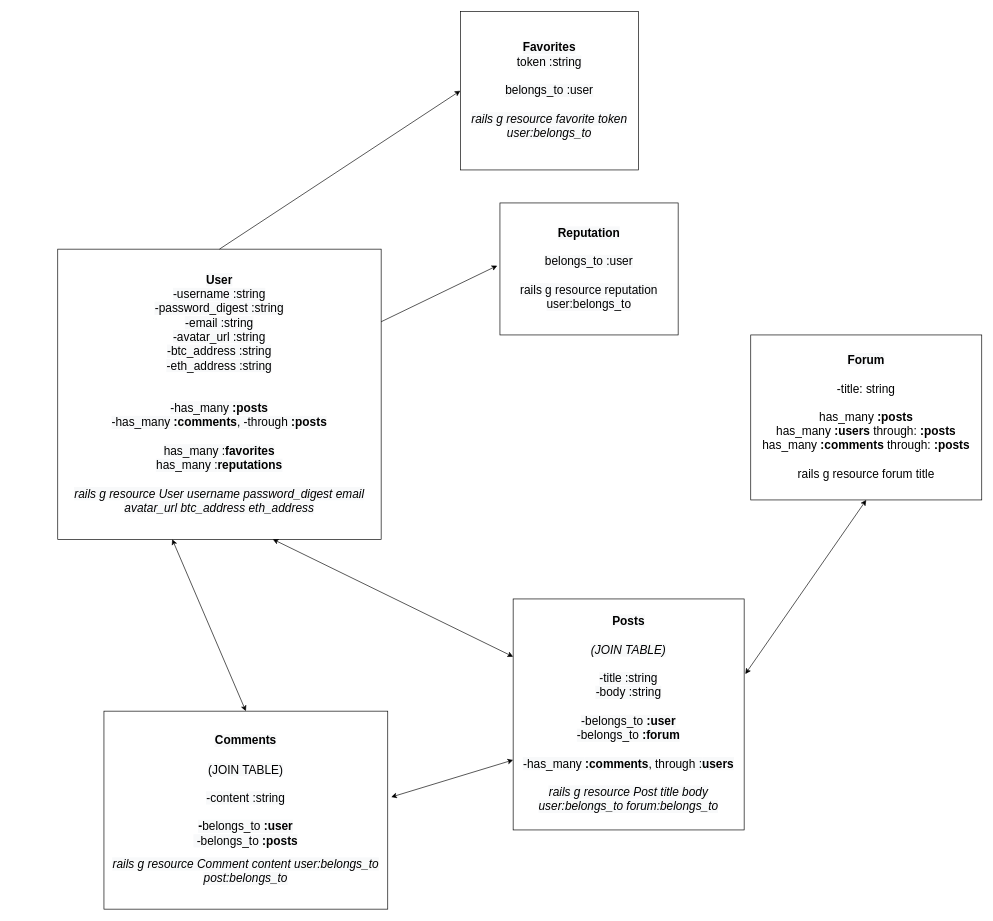
Above: page "Backend - associations" (1 of 2) of association-diagram.drawio in mikestarrdev/Crypto-Portal (draw.io), before the change. Source tidied: cells renumbered, new cells numbered last; positions are measured from the earlier drawing's top-left corner, leaving out a move shared by most shapes. Both pictures are drawn from the tidied source at 66%, with x=0, y=0 at pixel (57, 11).
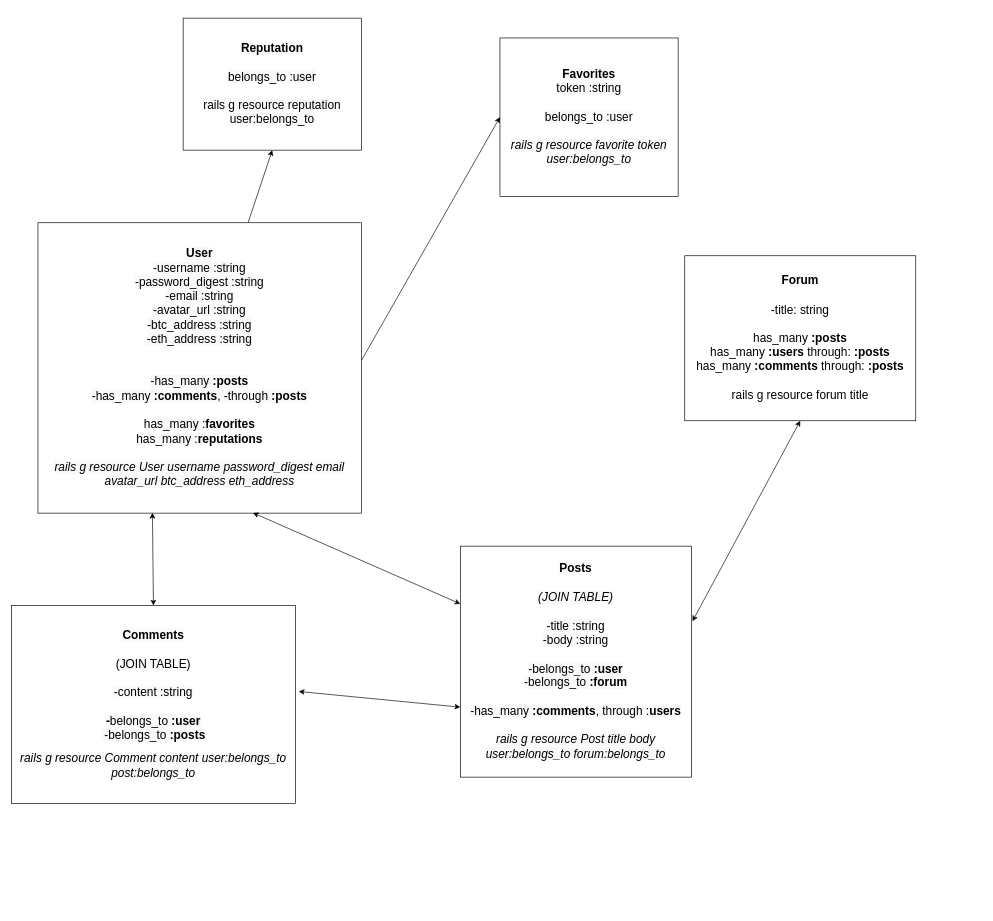
Above is the later version.

Diff of the diagram source:
```diff
@@
 <mxGraphModel>
   <root>
     <mxCell id="0" />
     <mxCell id="1" parent="0" />
     <mxCell id="2" value="&lt;font style=&quot;font-size: 18px&quot;&gt;&lt;b style=&quot;color: rgb(0 , 0 , 0) ; background-color: rgb(248 , 249 , 250)&quot;&gt;User&lt;/b&gt;&lt;br style=&quot;color: rgb(0 , 0 , 0) ; background-color: rgb(248 , 249 , 250)&quot;&gt;&lt;span style=&quot;color: rgb(0 , 0 , 0) ; background-color: rgb(248 , 249 , 250)&quot;&gt;-username :string&lt;/span&gt;&lt;br style=&quot;color: rgb(0 , 0 , 0) ; background-color: rgb(248 , 249 , 250)&quot;&gt;&lt;span style=&quot;color: rgb(0 , 0 , 0) ; background-color: rgb(248 , 249 , 250)&quot;&gt;-password_digest :string&lt;/span&gt;&lt;br style=&quot;color: rgb(0 , 0 , 0) ; background-color: rgb(248 , 249 , 250)&quot;&gt;&lt;span style=&quot;color: rgb(0 , 0 , 0) ; background-color: rgb(248 , 249 , 250)&quot;&gt;-email :string&lt;/span&gt;&lt;br style=&quot;color: rgb(0 , 0 , 0) ; background-color: rgb(248 , 249 , 250)&quot;&gt;&lt;span style=&quot;color: rgb(0 , 0 , 0) ; background-color: rgb(248 , 249 , 250)&quot;&gt;-avatar_url :string&lt;/span&gt;&lt;br style=&quot;color: rgb(0 , 0 , 0) ; background-color: rgb(248 , 249 , 250)&quot;&gt;&lt;span style=&quot;color: rgb(0 , 0 , 0) ; background-color: rgb(248 , 249 , 250)&quot;&gt;-btc_address :string&lt;/span&gt;&lt;br style=&quot;color: rgb(0 , 0 , 0) ; background-color: rgb(248 , 249 , 250)&quot;&gt;&lt;span style=&quot;color: rgb(0 , 0 , 0) ; background-color: rgb(248 , 249 , 250)&quot;&gt;-eth_address :string&lt;/span&gt;&lt;br style=&quot;color: rgb(0 , 0 , 0) ; background-color: rgb(248 , 249 , 250)&quot;&gt;&lt;br style=&quot;color: rgb(0 , 0 , 0) ; background-color: rgb(248 , 249 , 250)&quot;&gt;&lt;br style=&quot;color: rgb(0 , 0 , 0) ; background-color: rgb(248 , 249 , 250)&quot;&gt;&lt;span style=&quot;color: rgb(0 , 0 , 0) ; background-color: rgb(248 , 249 , 250)&quot;&gt;-has_many&amp;nbsp;&lt;/span&gt;&lt;b style=&quot;color: rgb(0 , 0 , 0) ; background-color: rgb(248 , 249 , 250)&quot;&gt;:posts&lt;/b&gt;&lt;br style=&quot;color: rgb(0 , 0 , 0) ; background-color: rgb(248 , 249 , 250)&quot;&gt;&lt;span style=&quot;color: rgb(0 , 0 , 0) ; background-color: rgb(248 , 249 , 250)&quot;&gt;-has_many&amp;nbsp;&lt;/span&gt;&lt;b style=&quot;color: rgb(0 , 0 , 0) ; background-color: rgb(248 , 249 , 250)&quot;&gt;:comments&lt;/b&gt;&lt;span style=&quot;color: rgb(0 , 0 , 0) ; background-color: rgb(248 , 249 , 250)&quot;&gt;, -through&amp;nbsp;&lt;/span&gt;&lt;b style=&quot;color: rgb(0 , 0 , 0) ; background-color: rgb(248 , 249 , 250)&quot;&gt;:posts&lt;/b&gt;&lt;br style=&quot;color: rgb(0 , 0 , 0) ; background-color: rgb(248 , 249 , 250)&quot;&gt;&lt;br style=&quot;color: rgb(0 , 0 , 0) ; background-color: rgb(248 , 249 , 250)&quot;&gt;&lt;span style=&quot;color: rgb(0 , 0 , 0) ; background-color: rgb(248 , 249 , 250)&quot;&gt;has_many :&lt;/span&gt;&lt;b style=&quot;color: rgb(0 , 0 , 0) ; background-color: rgb(248 , 249 , 250)&quot;&gt;favorites&lt;br&gt;&lt;/b&gt;&lt;span style=&quot;color: rgb(0 , 0 , 0) ; background-color: rgb(248 , 249 , 250)&quot;&gt;has_many :&lt;/span&gt;&lt;b style=&quot;color: rgb(0 , 0 , 0) ; background-color: rgb(248 , 249 , 250)&quot;&gt;reputations&lt;/b&gt;&lt;br style=&quot;color: rgb(0 , 0 , 0) ; background-color: rgb(248 , 249 , 250)&quot;&gt;&lt;br style=&quot;color: rgb(0 , 0 , 0) ; background-color: rgb(248 , 249 , 250)&quot;&gt;&lt;i style=&quot;color: rgb(0 , 0 , 0) ; background-color: rgb(248 , 249 , 250)&quot;&gt;rails g resource User username password_digest email avatar_url btc_address eth_address&lt;/i&gt;&lt;br&gt;&lt;/font&gt;" style="rounded=0;whiteSpace=wrap;html=1;" parent="1" vertex="1">
-      <mxGeometry y="360" width="490" height="440" as="geometry" />
+      <mxGeometry x="-30" y="320" width="490" height="440" as="geometry" />
     </mxCell>
     <mxCell id="3" value="&lt;font style=&quot;font-size: 18px&quot;&gt;&lt;b style=&quot;color: rgb(0 , 0 , 0) ; background-color: rgb(248 , 249 , 250)&quot;&gt;Posts&lt;br&gt;&lt;/b&gt;&lt;br style=&quot;color: rgb(0 , 0 , 0) ; background-color: rgb(248 , 249 , 250)&quot;&gt;&lt;i style=&quot;color: rgb(0 , 0 , 0) ; background-color: rgb(248 , 249 , 250)&quot;&gt;(JOIN TABLE)&lt;/i&gt;&lt;br style=&quot;color: rgb(0 , 0 , 0) ; background-color: rgb(248 , 249 , 250)&quot;&gt;&lt;br style=&quot;color: rgb(0 , 0 , 0) ; background-color: rgb(248 , 249 , 250)&quot;&gt;&lt;span style=&quot;color: rgb(0 , 0 , 0) ; background-color: rgb(248 , 249 , 250)&quot;&gt;-title :string&lt;/span&gt;&lt;br style=&quot;color: rgb(0 , 0 , 0) ; background-color: rgb(248 , 249 , 250)&quot;&gt;&lt;span style=&quot;color: rgb(0 , 0 , 0) ; background-color: rgb(248 , 249 , 250)&quot;&gt;-body :string&lt;/span&gt;&lt;br style=&quot;color: rgb(0 , 0 , 0) ; background-color: rgb(248 , 249 , 250)&quot;&gt;&lt;br style=&quot;color: rgb(0 , 0 , 0) ; background-color: rgb(248 , 249 , 250)&quot;&gt;&lt;span style=&quot;color: rgb(0 , 0 , 0) ; background-color: rgb(248 , 249 , 250)&quot;&gt;-belongs_to&amp;nbsp;&lt;/span&gt;&lt;span style=&quot;color: rgb(0 , 0 , 0) ; background-color: rgb(248 , 249 , 250)&quot;&gt;&lt;b&gt;:user&lt;/b&gt;&lt;br&gt;-belongs_to&lt;/span&gt;&lt;b style=&quot;color: rgb(0 , 0 , 0) ; background-color: rgb(248 , 249 , 250)&quot;&gt; :forum&lt;br&gt;&lt;/b&gt;&lt;br style=&quot;color: rgb(0 , 0 , 0) ; background-color: rgb(248 , 249 , 250)&quot;&gt;&lt;span style=&quot;color: rgb(0 , 0 , 0) ; background-color: rgb(248 , 249 , 250)&quot;&gt;-has_many&amp;nbsp;&lt;/span&gt;&lt;b style=&quot;color: rgb(0 , 0 , 0) ; background-color: rgb(248 , 249 , 250)&quot;&gt;:comments&lt;/b&gt;&lt;span style=&quot;color: rgb(0 , 0 , 0) ; background-color: rgb(248 , 249 , 250)&quot;&gt;, through :&lt;/span&gt;&lt;b style=&quot;color: rgb(0 , 0 , 0) ; background-color: rgb(248 , 249 , 250)&quot;&gt;users&lt;/b&gt;&lt;b style=&quot;color: rgb(0 , 0 , 0) ; background-color: rgb(248 , 249 , 250)&quot;&gt;&lt;br&gt;&lt;/b&gt;&lt;br style=&quot;color: rgb(0 , 0 , 0) ; background-color: rgb(248 , 249 , 250)&quot;&gt;&lt;i style=&quot;color: rgb(0 , 0 , 0) ; background-color: rgb(248 , 249 , 250)&quot;&gt;rails g resource Post title body user:belongs_to forum:belongs_to&lt;/i&gt;&lt;br&gt;&lt;/font&gt;" style="rounded=0;whiteSpace=wrap;html=1;" parent="1" vertex="1">
-      <mxGeometry x="690" y="890" width="350" height="350" as="geometry" />
+      <mxGeometry x="610" y="810" width="350" height="350" as="geometry" />
     </mxCell>
     <mxCell id="4" value="&lt;font&gt;&lt;font style=&quot;color: rgb(0 , 0 , 0) ; font-size: 18px ; background-color: rgb(248 , 249 , 250)&quot;&gt;&lt;b&gt;Comments&lt;/b&gt;&lt;b&gt;&lt;br&gt;&lt;/b&gt;&lt;br&gt;(JOIN TABLE)&lt;br&gt;&lt;br&gt;-content :string&lt;br&gt;&lt;br&gt;&lt;b&gt;-&lt;/b&gt;belongs_to&amp;nbsp;&lt;b&gt;:user&lt;/b&gt;&lt;br&gt;&lt;b&gt;&amp;nbsp;&lt;/b&gt;-belongs_to&amp;nbsp;&lt;b&gt;:posts&lt;br&gt;&lt;/b&gt;&lt;/font&gt;&lt;br style=&quot;color: rgb(0 , 0 , 0) ; font-size: 18px ; background-color: rgb(248 , 249 , 250)&quot;&gt;&lt;i style=&quot;color: rgb(0 , 0 , 0) ; font-size: 18px ; background-color: rgb(248 , 249 , 250)&quot;&gt;rails g resource Comment content user:belongs_to post:belongs_to&lt;/i&gt;&lt;br&gt;&lt;/font&gt;" style="rounded=0;whiteSpace=wrap;html=1;" parent="1" vertex="1">
-      <mxGeometry x="70" y="1060" width="430" height="300" as="geometry" />
+      <mxGeometry x="-70" y="900" width="430" height="300" as="geometry" />
     </mxCell>
     <mxCell id="5" style="endArrow=classic;startArrow=classic;html=1;rounded=0;fontSize=18;entryX=0.665;entryY=0.999;entryDx=0;entryDy=0;exitX=0;exitY=0.25;exitDx=0;exitDy=0;entryPerimeter=0;" parent="1" edge="1" source="3" target="2">
       <mxGeometry relative="1" as="geometry" />
     </mxCell>
     <mxCell id="6" style="endArrow=classic;startArrow=classic;html=1;rounded=0;fontSize=18;entryX=0;entryY=0.697;entryDx=0;entryDy=0;entryPerimeter=0;exitX=1.012;exitY=0.434;exitDx=0;exitDy=0;exitPerimeter=0;" parent="1" edge="1" source="4" target="3">
       <mxGeometry relative="1" as="geometry" />
     </mxCell>
     <mxCell id="7" style="endArrow=classic;startArrow=classic;html=1;rounded=0;fontSize=18;exitX=0.5;exitY=0;exitDx=0;exitDy=0;entryX=0.354;entryY=0.999;entryDx=0;entryDy=0;entryPerimeter=0;" parent="1" edge="1" source="4" target="2">
       <mxGeometry relative="1" as="geometry" />
     </mxCell>
     <mxCell id="8" value="&lt;font style=&quot;font-size: 18px&quot;&gt;&lt;b style=&quot;color: rgb(0 , 0 , 0) ; background-color: rgb(248 , 249 , 250)&quot;&gt;Favorites&lt;/b&gt;&lt;br style=&quot;color: rgb(0 , 0 , 0) ; background-color: rgb(248 , 249 , 250)&quot;&gt;&lt;span style=&quot;color: rgb(0 , 0 , 0) ; background-color: rgb(248 , 249 , 250)&quot;&gt;token :string&lt;/span&gt;&lt;br style=&quot;color: rgb(0 , 0 , 0) ; background-color: rgb(248 , 249 , 250)&quot;&gt;&lt;br style=&quot;color: rgb(0 , 0 , 0) ; background-color: rgb(248 , 249 , 250)&quot;&gt;&lt;span style=&quot;color: rgb(0 , 0 , 0) ; background-color: rgb(248 , 249 , 250)&quot;&gt;belongs_to :user&lt;/span&gt;&lt;br style=&quot;color: rgb(0 , 0 , 0) ; background-color: rgb(248 , 249 , 250)&quot;&gt;&lt;br style=&quot;color: rgb(0 , 0 , 0) ; background-color: rgb(248 , 249 , 250)&quot;&gt;&lt;i style=&quot;color: rgb(0 , 0 , 0) ; background-color: rgb(248 , 249 , 250)&quot;&gt;rails g resource favorite token user:belongs_to&lt;/i&gt;&lt;br&gt;&lt;/font&gt;" style="rounded=0;whiteSpace=wrap;html=1;" parent="1" vertex="1">
-      <mxGeometry x="610" width="270" height="240" as="geometry" />
+      <mxGeometry x="670" y="40" width="270" height="240" as="geometry" />
     </mxCell>
-    <mxCell id="9" style="endArrow=classic;html=1;rounded=0;fontSize=18;exitX=0.5;exitY=0;exitDx=0;exitDy=0;entryX=0;entryY=0.5;entryDx=0;entryDy=0;" parent="1" edge="1" source="2" target="8">
+    <mxCell id="9" style="endArrow=classic;html=1;rounded=0;fontSize=18;exitX=1.001;exitY=0.473;exitDx=0;exitDy=0;entryX=0;entryY=0.5;entryDx=0;entryDy=0;exitPerimeter=0;" parent="1" edge="1" source="2" target="8">
       <mxGeometry relative="1" as="geometry" />
     </mxCell>
     <mxCell id="10" value="&lt;font style=&quot;font-size: 18px&quot;&gt;&lt;b style=&quot;color: rgb(0 , 0 , 0) ; background-color: rgb(248 , 249 , 250)&quot;&gt;Reputation&lt;br&gt;&lt;/b&gt;&lt;br style=&quot;color: rgb(0 , 0 , 0) ; background-color: rgb(248 , 249 , 250)&quot;&gt;&lt;span style=&quot;color: rgb(0 , 0 , 0) ; background-color: rgb(248 , 249 , 250)&quot;&gt;belongs_to :user&lt;/span&gt;&lt;br style=&quot;color: rgb(0 , 0 , 0) ; background-color: rgb(248 , 249 , 250)&quot;&gt;&lt;br style=&quot;color: rgb(0 , 0 , 0) ; background-color: rgb(248 , 249 , 250)&quot;&gt;&lt;span style=&quot;color: rgb(0 , 0 , 0) ; background-color: rgb(248 , 249 , 250)&quot;&gt;rails g resource reputation user:belongs_to&lt;/span&gt;&lt;br&gt;&lt;/font&gt;" style="rounded=0;whiteSpace=wrap;html=1;" parent="1" vertex="1">
-      <mxGeometry x="670" y="290" width="270" height="200" as="geometry" />
+      <mxGeometry x="190" y="10" width="270" height="200" as="geometry" />
     </mxCell>
-    <mxCell id="11" style="endArrow=classic;html=1;rounded=0;fontSize=18;entryX=-0.015;entryY=0.475;entryDx=0;entryDy=0;entryPerimeter=0;exitX=1;exitY=0.25;exitDx=0;exitDy=0;" parent="1" edge="1" source="2" target="10">
+    <mxCell id="11" style="endArrow=classic;html=1;rounded=0;fontSize=18;entryX=0.5;entryY=1;entryDx=0;entryDy=0;" parent="1" edge="1" source="2" target="10">
       <mxGeometry relative="1" as="geometry" />
     </mxCell>
     <mxCell id="12" value="&lt;font style=&quot;font-size: 18px&quot;&gt;&lt;font color=&quot;#000000&quot;&gt;&lt;span style=&quot;background-color: rgb(248 , 249 , 250)&quot;&gt;&lt;b&gt;Forum&lt;br&gt;&lt;/b&gt;&lt;/span&gt;&lt;/font&gt;&lt;br&gt;-title: string&lt;br&gt;&lt;br&gt;has_many &lt;b&gt;:posts&lt;br&gt;&lt;/b&gt;has_many &lt;b&gt;:users &lt;/b&gt;through:&lt;b&gt; :posts&lt;br&gt;&lt;/b&gt;has_many &lt;b&gt;:comments&lt;/b&gt;&amp;nbsp;through:&amp;nbsp;&lt;b&gt;:posts&lt;br&gt;&lt;/b&gt;&lt;br&gt;rails g resource forum title&lt;br&gt;&lt;/font&gt;" style="rounded=0;whiteSpace=wrap;html=1;" parent="1" vertex="1">
-      <mxGeometry x="1050" y="490" width="350" height="250" as="geometry" />
+      <mxGeometry x="950" y="370" width="350" height="250" as="geometry" />
     </mxCell>
     <mxCell id="13" style="endArrow=classic;startArrow=classic;html=1;rounded=0;fontSize=18;entryX=1.005;entryY=0.325;entryDx=0;entryDy=0;exitX=0.5;exitY=1;exitDx=0;exitDy=0;entryPerimeter=0;" parent="1" edge="1" source="12" target="3">
       <mxGeometry relative="1" as="geometry" />
     </mxCell>
   </root>
 </mxGraphModel>
```
